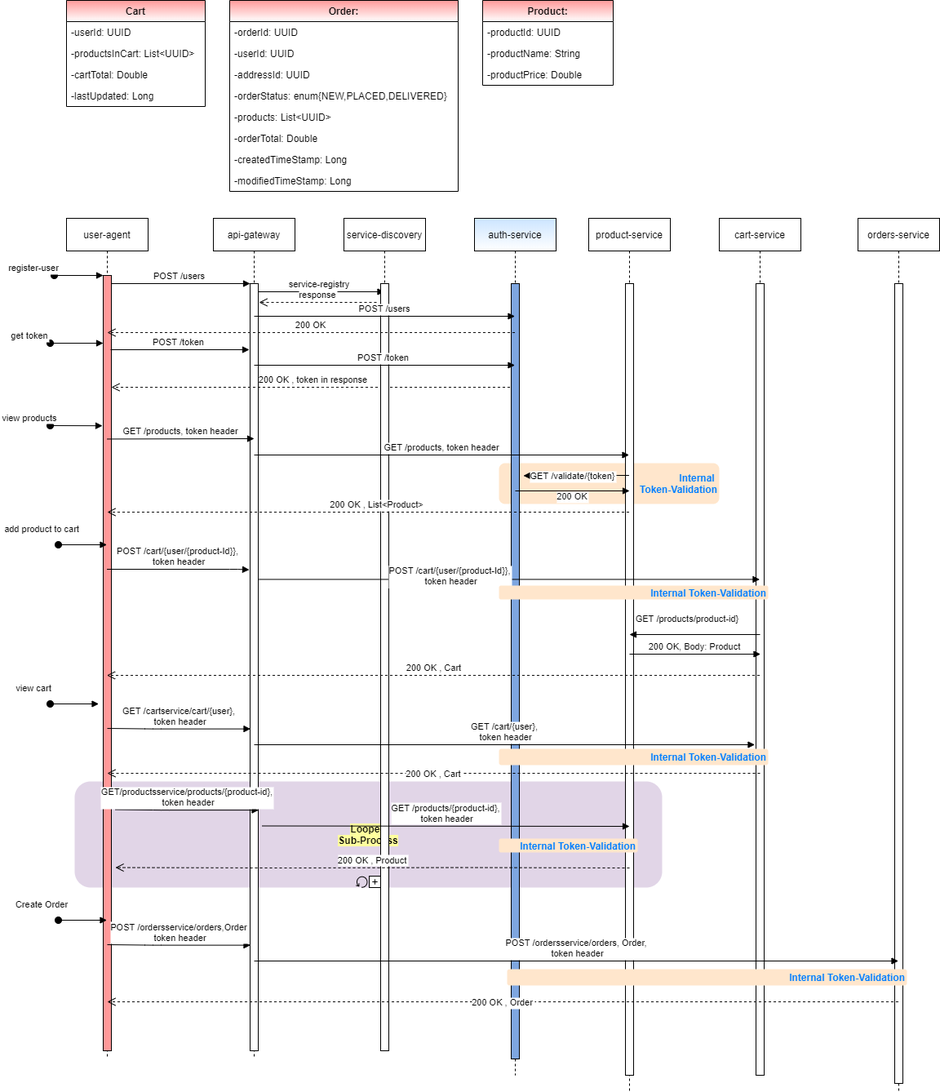
The draw.io diagram sync/architecture/getproducts.png in pritamprasd/e-commerce, before a commit. Source tidied: cells renumbered, new cells last; positions are measured from the earlier drawing's top-left corner, leaving out a move shared by most shapes.
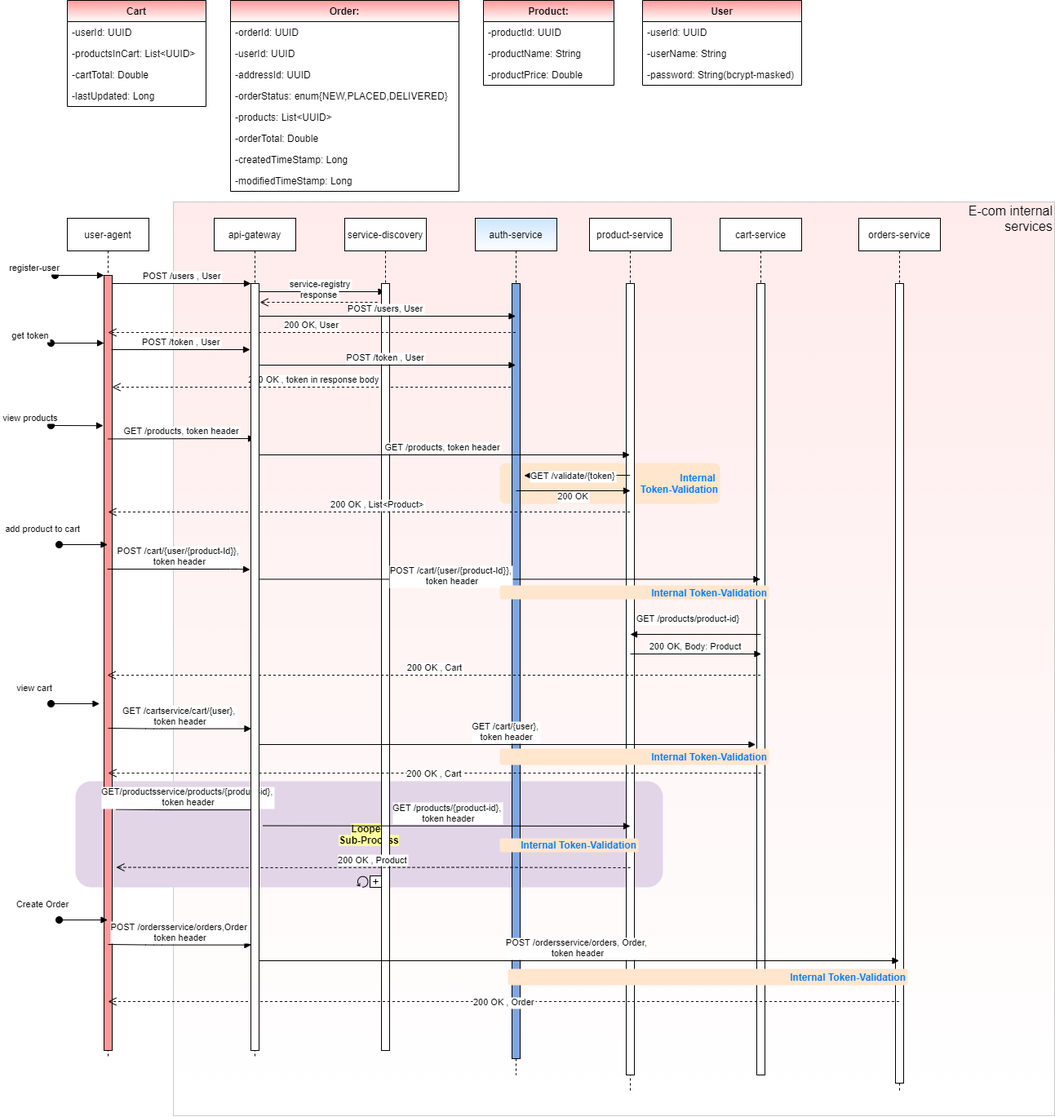
After the commit.

Change to the diagram source:
```diff
@@ -2,6 +2,9 @@
   <root>
     <mxCell id="0" />
     <mxCell id="1" parent="0" />
+    <mxCell id="75" style="rounded=0;whiteSpace=wrap;html=1;strokeColor=#000000;fillColor=#FF9999;gradientColor=#ffffff;opacity=20;" parent="1" vertex="1">
+      <mxGeometry x="150" y="247" width="1080" height="1120" as="geometry" />
+    </mxCell>
     <mxCell id="2" value="&lt;b&gt;&lt;font color=&quot;#007fff&quot;&gt;Internal &lt;br&gt;Token-Validation&lt;/font&gt;&lt;/b&gt;" style="rounded=1;whiteSpace=wrap;html=1;align=right;fillColor=#ffe6cc;strokeColor=none;" parent="1" vertex="1">
       <mxGeometry x="550" y="567" width="270" height="50" as="geometry" />
     </mxCell>
@@ -35,13 +38,7 @@
         <mxPoint x="-25" y="-25" as="offset" />
       </mxGeometry>
     </mxCell>
-    <mxCell id="10" value="api-gateway" style="shape=umlLifeline;perimeter=lifelinePerimeter;rounded=0;shadow=0;strokeWidth=1;" parent="1" vertex="1">
-      <mxGeometry x="200" y="267" width="100" height="1030" as="geometry" />
-    </mxCell>
-    <mxCell id="11" style="points=[];perimeter=orthogonalPerimeter;rounded=0;shadow=0;strokeWidth=1;" parent="10" vertex="1">
-      <mxGeometry x="45" y="80" width="10" height="940" as="geometry" />
-    </mxCell>
-    <mxCell id="12" value="200 OK , token in response" style="verticalAlign=bottom;endArrow=open;dashed=1;endSize=8;shadow=0;strokeWidth=1;" parent="1" edge="1">
+    <mxCell id="12" value="200 OK , token in response body" style="verticalAlign=bottom;endArrow=open;dashed=1;endSize=8;shadow=0;strokeWidth=1;" parent="1" edge="1">
       <mxGeometry relative="1" as="geometry">
         <mxPoint x="569.5" y="474" as="sourcePoint" />
         <mxPoint x="75" y="474" as="targetPoint" />
@@ -50,7 +47,7 @@
         </Array>
       </mxGeometry>
     </mxCell>
-    <mxCell id="13" value="POST /users " style="verticalAlign=bottom;endArrow=block;entryX=0;entryY=0;shadow=0;strokeWidth=1;" parent="1" edge="1" source="8" target="11">
+    <mxCell id="13" value="POST /users , User" style="verticalAlign=bottom;endArrow=block;entryX=0;entryY=0;shadow=0;strokeWidth=1;" parent="1" edge="1" source="8" target="11">
       <mxGeometry relative="1" as="geometry" />
     </mxCell>
     <mxCell id="14" value="service-discovery" style="shape=umlLifeline;perimeter=lifelinePerimeter;rounded=0;shadow=0;strokeWidth=1;" parent="1" vertex="1">
@@ -65,7 +62,7 @@
     <mxCell id="17" style="perimeter=orthogonalPerimeter;rounded=0;shadow=0;strokeWidth=1;fillColor=#7EA6E0;" parent="16" vertex="1">
       <mxGeometry x="45" y="80" width="10" height="950" as="geometry" />
     </mxCell>
-    <mxCell id="18" value="200 OK" style="verticalAlign=bottom;endArrow=open;dashed=1;endSize=8;shadow=0;strokeWidth=1;" parent="1" edge="1" source="16">
+    <mxCell id="18" value="200 OK, User" style="verticalAlign=bottom;endArrow=open;dashed=1;endSize=8;shadow=0;strokeWidth=1;" parent="1" edge="1" source="16">
       <mxGeometry relative="1" as="geometry">
         <mxPoint x="70" y="407" as="targetPoint" />
       </mxGeometry>
@@ -76,12 +73,12 @@
         <mxPoint x="256" y="370" as="targetPoint" />
       </mxGeometry>
     </mxCell>
-    <mxCell id="20" value="POST /users" style="verticalAlign=bottom;endArrow=block;shadow=0;strokeWidth=1;" parent="1" edge="1" target="16">
+    <mxCell id="20" value="POST /users, User" style="verticalAlign=bottom;endArrow=block;shadow=0;strokeWidth=1;" parent="1" edge="1" target="16">
       <mxGeometry relative="1" as="geometry">
         <mxPoint x="250" y="387" as="sourcePoint" />
       </mxGeometry>
     </mxCell>
-    <mxCell id="21" value="POST /token " style="verticalAlign=bottom;endArrow=block;entryX=0;entryY=0;shadow=0;strokeWidth=1;" parent="1" edge="1">
+    <mxCell id="21" value="POST /token , User" style="verticalAlign=bottom;endArrow=block;entryX=0;entryY=0;shadow=0;strokeWidth=1;" parent="1" edge="1">
       <mxGeometry relative="1" as="geometry">
         <mxPoint x="74" y="428" as="sourcePoint" />
         <mxPoint x="244" y="428" as="targetPoint" />
@@ -117,7 +114,7 @@
         <mxPoint x="250" y="537" as="targetPoint" />
       </mxGeometry>
     </mxCell>
-    <mxCell id="28" value="POST /token " style="verticalAlign=bottom;endArrow=block;shadow=0;strokeWidth=1;" parent="1" edge="1" target="16">
+    <mxCell id="28" value="POST /token , User" style="verticalAlign=bottom;endArrow=block;shadow=0;strokeWidth=1;" parent="1" edge="1" target="16">
       <mxGeometry relative="1" as="geometry">
         <mxPoint x="250" y="447" as="sourcePoint" />
       </mxGeometry>
@@ -353,5 +350,26 @@
     <mxCell id="74" value="-productPrice: Double" style="text;strokeColor=none;fillColor=none;align=left;verticalAlign=top;spacingLeft=4;spacingRight=4;overflow=hidden;" parent="71" vertex="1">
       <mxGeometry y="78" width="160" height="26" as="geometry" />
     </mxCell>
+    <mxCell id="76" value="User" style="swimlane;fontStyle=1;horizontal=1;startSize=26;strokeColor=#000000;fillColor=#FF9999;gradientColor=#ffffff;" parent="1" vertex="1">
+      <mxGeometry x="725" width="195" height="104" as="geometry" />
+    </mxCell>
+    <mxCell id="77" value="-userId: UUID" style="text;strokeColor=none;fillColor=none;align=left;verticalAlign=top;spacingLeft=4;spacingRight=4;overflow=hidden;" parent="76" vertex="1">
+      <mxGeometry y="26" width="195" height="26" as="geometry" />
+    </mxCell>
+    <mxCell id="78" value="-userName: String" style="text;strokeColor=none;fillColor=none;align=left;verticalAlign=top;spacingLeft=4;spacingRight=4;overflow=hidden;" parent="76" vertex="1">
+      <mxGeometry y="52" width="195" height="26" as="geometry" />
+    </mxCell>
+    <mxCell id="79" value="-password: String(bcrypt-masked)" style="text;strokeColor=none;fillColor=none;align=left;verticalAlign=top;spacingLeft=4;spacingRight=4;overflow=hidden;" parent="76" vertex="1">
+      <mxGeometry y="78" width="195" height="26" as="geometry" />
+    </mxCell>
+    <mxCell id="10" value="api-gateway" style="shape=umlLifeline;perimeter=lifelinePerimeter;rounded=0;shadow=0;strokeWidth=1;" parent="1" vertex="1">
+      <mxGeometry x="200" y="267" width="100" height="1030" as="geometry" />
+    </mxCell>
+    <mxCell id="11" style="points=[];perimeter=orthogonalPerimeter;rounded=0;shadow=0;strokeWidth=1;" parent="10" vertex="1">
+      <mxGeometry x="45" y="80" width="10" height="940" as="geometry" />
+    </mxCell>
+    <mxCell id="80" value="&lt;font style=&quot;font-size: 16px&quot;&gt;E-com internal services&lt;/font&gt;" style="text;html=1;strokeColor=none;fillColor=none;align=right;verticalAlign=middle;whiteSpace=wrap;rounded=0;dashed=1;opacity=20;" parent="1" vertex="1">
+      <mxGeometry x="1110" y="247" width="120" height="40" as="geometry" />
+    </mxCell>
   </root>
 </mxGraphModel>
```
